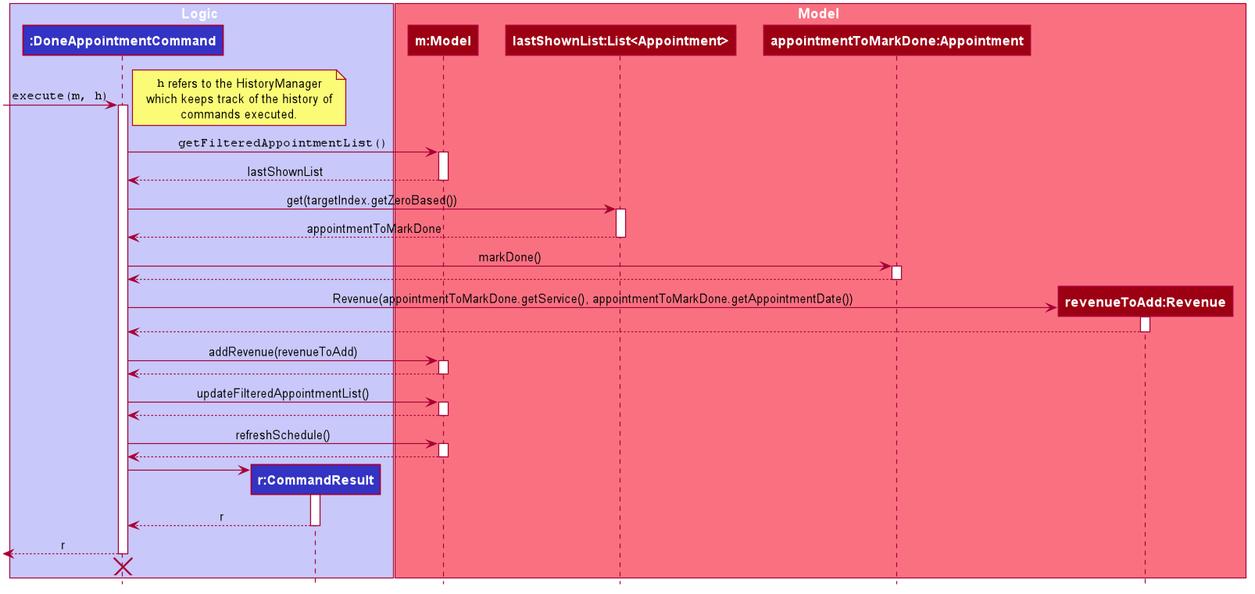
Before: docs/images/DoneAppointmentSequenceDiagram.png, a diagram exported from PlantUML (yanlynnnnn/tp).
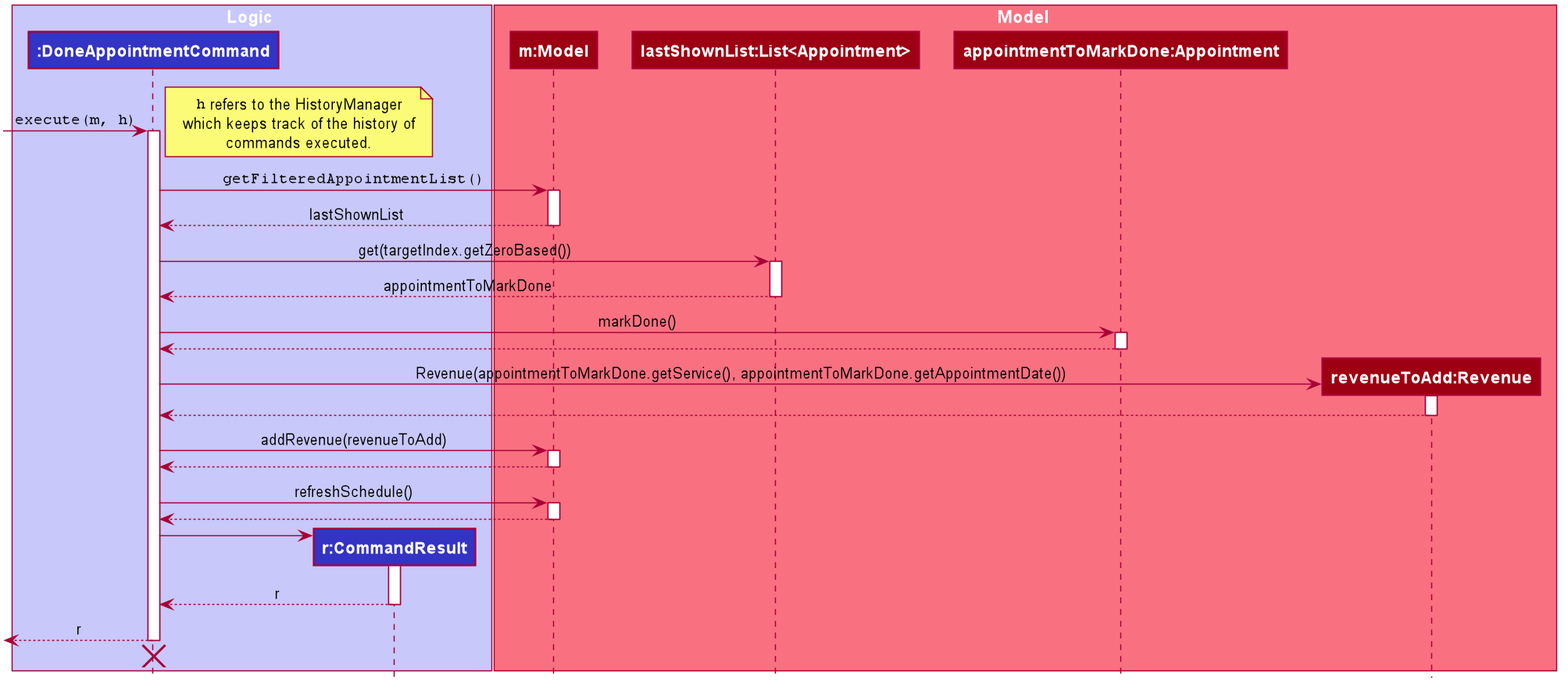
The same file after the commit.

The edit, as a diff of the source:
```diff
@@ -101,11 +101,7 @@
 Model --> DoneAppointmentCommand
 deactivate Model
 
-DoneAppointmentCommand -> Model : updateFilteredAppointmentList()
-activate Model
 
-Model --> DoneAppointmentCommand
-deactivate Model
 
 DoneAppointmentCommand -> Model : refreshSchedule()
 activate Model
```
